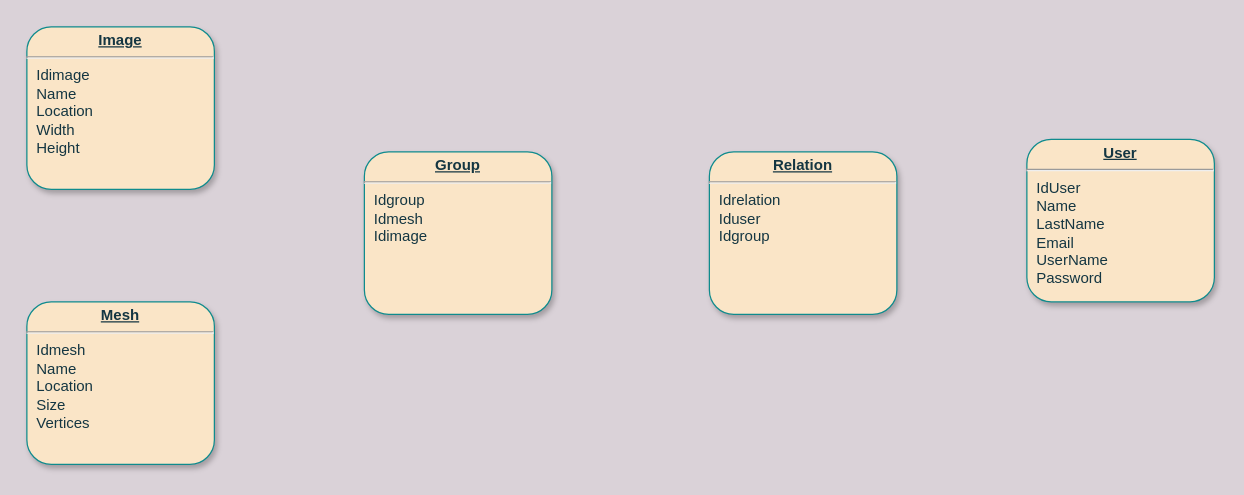
The draw.io diagram software.drawio in dineshdevkota001/diagrams, before the edit. Source tidied: cells renumbered, new cells numbered last; positions are measured from the earlier drawing's top-left corner, leaving out a move shared by most shapes. Both pictures are drawn from the tidied source at 125%, with x=0, y=0 at pixel (26, 26).
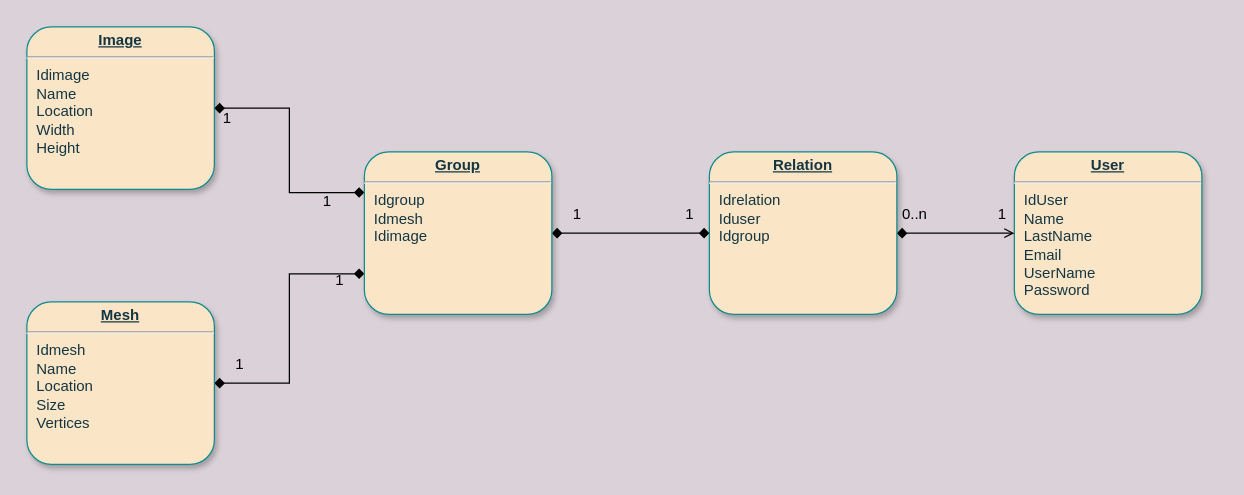
The same page after the edit.

Diff of the diagram source:
```diff
@@
 <mxGraphModel background="#DAD2D8">
   <root>
     <mxCell id="0" />
     <mxCell id="1" parent="0" />
     <mxCell id="2" value="&lt;p style=&quot;margin: 0px ; margin-top: 4px ; text-align: center ; text-decoration: underline&quot;&gt;&lt;strong&gt;User&lt;/strong&gt;&lt;/p&gt;&lt;hr&gt;&lt;p style=&quot;margin: 0px ; margin-left: 8px&quot;&gt;IdUser&lt;/p&gt;&lt;p style=&quot;margin: 0px ; margin-left: 8px&quot;&gt;Name&lt;/p&gt;&lt;p style=&quot;margin: 0px ; margin-left: 8px&quot;&gt;LastName&lt;/p&gt;&lt;p style=&quot;margin: 0px ; margin-left: 8px&quot;&gt;Email&lt;/p&gt;&lt;p style=&quot;margin: 0px ; margin-left: 8px&quot;&gt;UserName&lt;/p&gt;&lt;p style=&quot;margin: 0px ; margin-left: 8px&quot;&gt;Password&lt;/p&gt;" style="verticalAlign=top;align=left;overflow=fill;fontSize=12;fontFamily=Helvetica;html=1;strokeColor=#0F8B8D;shadow=1;fillColor=#FAE5C7;fontColor=#143642;rounded=1;" parent="1" vertex="1">
-      <mxGeometry x="800" y="90" width="150" height="130" as="geometry" />
+      <mxGeometry x="790" y="100" width="150" height="130" as="geometry" />
     </mxCell>
+    <mxCell id="7" style="edgeStyle=orthogonalEdgeStyle;rounded=0;jumpStyle=none;jettySize=auto;html=1;entryX=0;entryY=0.25;entryDx=0;entryDy=0;startArrow=diamond;startFill=1;endArrow=diamond;endFill=1;targetPerimeterSpacing=0;strokeColor=#000000;" parent="1" edge="1" source="3" target="6">
+      <mxGeometry relative="1" as="geometry" />
+    </mxCell>
     <mxCell id="3" value="&lt;p style=&quot;margin: 0px ; margin-top: 4px ; text-align: center ; text-decoration: underline&quot;&gt;&lt;strong&gt;Image&lt;/strong&gt;&lt;/p&gt;&lt;hr&gt;&lt;p style=&quot;margin: 0px ; margin-left: 8px&quot;&gt;Idimage&lt;/p&gt;&lt;p style=&quot;margin: 0px ; margin-left: 8px&quot;&gt;Name&lt;/p&gt;&lt;p style=&quot;margin: 0px ; margin-left: 8px&quot;&gt;Location&lt;/p&gt;&lt;p style=&quot;margin: 0px ; margin-left: 8px&quot;&gt;Width&lt;/p&gt;&lt;p style=&quot;margin: 0px ; margin-left: 8px&quot;&gt;Height&lt;br&gt;&lt;/p&gt;" style="verticalAlign=top;align=left;overflow=fill;fontSize=12;fontFamily=Helvetica;html=1;strokeColor=#0F8B8D;shadow=1;fillColor=#FAE5C7;fontColor=#143642;rounded=1;" parent="1" vertex="1">
       <mxGeometry width="150" height="130" as="geometry" />
     </mxCell>
+    <mxCell id="8" style="edgeStyle=orthogonalEdgeStyle;rounded=0;jumpStyle=none;jettySize=auto;html=1;exitX=1;exitY=0.5;exitDx=0;exitDy=0;startArrow=diamond;startFill=1;endArrow=open;endFill=0;targetPerimeterSpacing=0;strokeColor=#000000;" parent="1" edge="1" source="4" target="2">
+      <mxGeometry relative="1" as="geometry" />
+    </mxCell>
     <mxCell id="4" value="&lt;p style=&quot;margin: 0px ; margin-top: 4px ; text-align: center ; text-decoration: underline&quot;&gt;&lt;strong&gt;Relation&lt;br&gt;&lt;/strong&gt;&lt;/p&gt;&lt;hr&gt;&lt;p style=&quot;margin: 0px ; margin-left: 8px&quot;&gt;Idrelation&lt;/p&gt;&lt;p style=&quot;margin: 0px ; margin-left: 8px&quot;&gt;Iduser&lt;/p&gt;&lt;p style=&quot;margin: 0px ; margin-left: 8px&quot;&gt;Idgroup&lt;/p&gt;" style="verticalAlign=top;align=left;overflow=fill;fontSize=12;fontFamily=Helvetica;html=1;strokeColor=#0F8B8D;shadow=1;fillColor=#FAE5C7;fontColor=#143642;rounded=1;" parent="1" vertex="1">
       <mxGeometry x="546" y="100" width="150" height="130" as="geometry" />
     </mxCell>
+    <mxCell id="9" style="edgeStyle=orthogonalEdgeStyle;rounded=0;jumpStyle=none;jettySize=auto;html=1;exitX=1;exitY=0.5;exitDx=0;exitDy=0;entryX=0;entryY=0.75;entryDx=0;entryDy=0;startArrow=diamond;startFill=1;endArrow=diamond;endFill=1;targetPerimeterSpacing=0;strokeColor=#000000;" parent="1" edge="1" source="5" target="6">
+      <mxGeometry relative="1" as="geometry" />
+    </mxCell>
     <mxCell id="5" value="&lt;p style=&quot;margin: 0px ; margin-top: 4px ; text-align: center ; text-decoration: underline&quot;&gt;&lt;strong&gt;Mesh&lt;/strong&gt;&lt;/p&gt;&lt;hr&gt;&lt;p style=&quot;margin: 0px ; margin-left: 8px&quot;&gt;Idmesh&lt;/p&gt;&lt;p style=&quot;margin: 0px ; margin-left: 8px&quot;&gt;Name&lt;/p&gt;&lt;p style=&quot;margin: 0px ; margin-left: 8px&quot;&gt;Location&lt;br&gt;Size&lt;br&gt;Vertices&lt;br&gt;&lt;/p&gt;" style="verticalAlign=top;align=left;overflow=fill;fontSize=12;fontFamily=Helvetica;html=1;strokeColor=#0F8B8D;shadow=1;fillColor=#FAE5C7;fontColor=#143642;rounded=1;" parent="1" vertex="1">
       <mxGeometry y="220" width="150" height="130" as="geometry" />
     </mxCell>
+    <mxCell id="10" style="edgeStyle=orthogonalEdgeStyle;rounded=0;jumpStyle=none;jettySize=auto;html=1;exitX=1;exitY=0.5;exitDx=0;exitDy=0;startArrow=diamond;startFill=1;endArrow=diamond;endFill=1;targetPerimeterSpacing=0;strokeColor=#000000;" parent="1" edge="1" source="6" target="4">
+      <mxGeometry relative="1" as="geometry" />
+    </mxCell>
     <mxCell id="6" value="&lt;p style=&quot;margin: 0px ; margin-top: 4px ; text-align: center ; text-decoration: underline&quot;&gt;&lt;strong&gt;Group&lt;br&gt;&lt;/strong&gt;&lt;/p&gt;&lt;hr&gt;&lt;p style=&quot;margin: 0px ; margin-left: 8px&quot;&gt;Idgroup&lt;/p&gt;&lt;p style=&quot;margin: 0px ; margin-left: 8px&quot;&gt;Idmesh&lt;br&gt;&lt;/p&gt;&lt;p style=&quot;margin: 0px ; margin-left: 8px&quot;&gt;Idimage&lt;/p&gt;" style="verticalAlign=top;align=left;overflow=fill;fontSize=12;fontFamily=Helvetica;html=1;strokeColor=#0F8B8D;shadow=1;fillColor=#FAE5C7;fontColor=#143642;rounded=1;" parent="1" vertex="1">
       <mxGeometry x="270" y="100" width="150" height="130" as="geometry" />
     </mxCell>
+    <mxCell id="11" value="1" style="text;html=1;align=center;verticalAlign=middle;" parent="1" vertex="1">
+      <mxGeometry x="770" y="140" width="20" height="20" as="geometry" />
+    </mxCell>
+    <mxCell id="12" value="&lt;div&gt;0..n&lt;/div&gt;" style="text;html=1;align=center;verticalAlign=middle;" parent="1" vertex="1">
+      <mxGeometry x="690" y="140" width="40" height="20" as="geometry" />
+    </mxCell>
+    <mxCell id="13" value="1" style="text;html=1;align=center;verticalAlign=middle;" parent="1" vertex="1">
+      <mxGeometry x="160" y="260" width="20" height="20" as="geometry" />
+    </mxCell>
+    <mxCell id="14" value="&lt;div&gt;1&lt;/div&gt;&lt;div&gt;&lt;br&gt;&lt;/div&gt;" style="text;html=1;align=center;verticalAlign=middle;" parent="1" vertex="1">
+      <mxGeometry x="150" y="65" width="20" height="30" as="geometry" />
+    </mxCell>
+    <mxCell id="15" value="&lt;div&gt;1&lt;/div&gt;" style="text;html=1;align=center;verticalAlign=middle;" parent="1" vertex="1">
+      <mxGeometry x="230" y="130" width="20" height="20" as="geometry" />
+    </mxCell>
+    <mxCell id="16" value="&lt;div&gt;1&lt;/div&gt;&lt;div&gt;&lt;br&gt;&lt;/div&gt;" style="text;html=1;align=center;verticalAlign=middle;" parent="1" vertex="1">
+      <mxGeometry x="240" y="195" width="20" height="30" as="geometry" />
+    </mxCell>
+    <mxCell id="17" value="1" style="text;html=1;align=center;verticalAlign=middle;" parent="1" vertex="1">
+      <mxGeometry x="430" y="140" width="20" height="20" as="geometry" />
+    </mxCell>
+    <mxCell id="18" value="&lt;div&gt;1&lt;/div&gt;" style="text;html=1;align=center;verticalAlign=middle;" parent="1" vertex="1">
+      <mxGeometry x="520" y="140" width="20" height="20" as="geometry" />
+    </mxCell>
   </root>
 </mxGraphModel>
```
